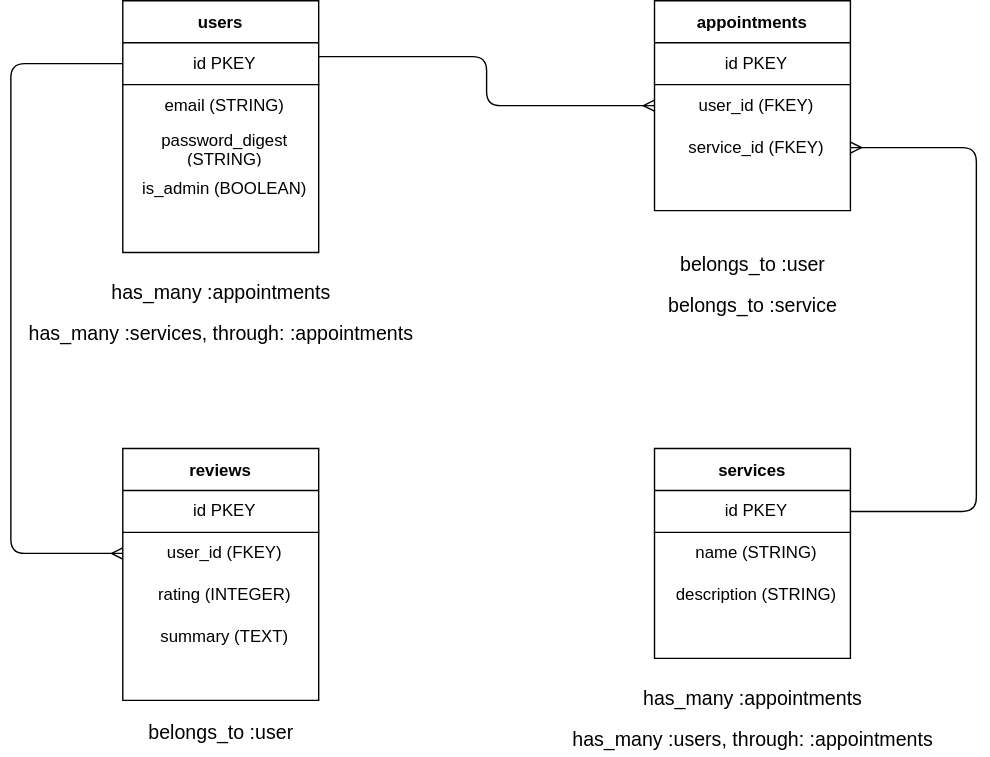
Above: burnies-garage.drawio.svg in Jblengino510/burnies-garage (draw.io), before the change. Source tidied: cells renumbered, new cells last; positions are measured from the earlier drawing's top-left corner, leaving out a move shared by most shapes.
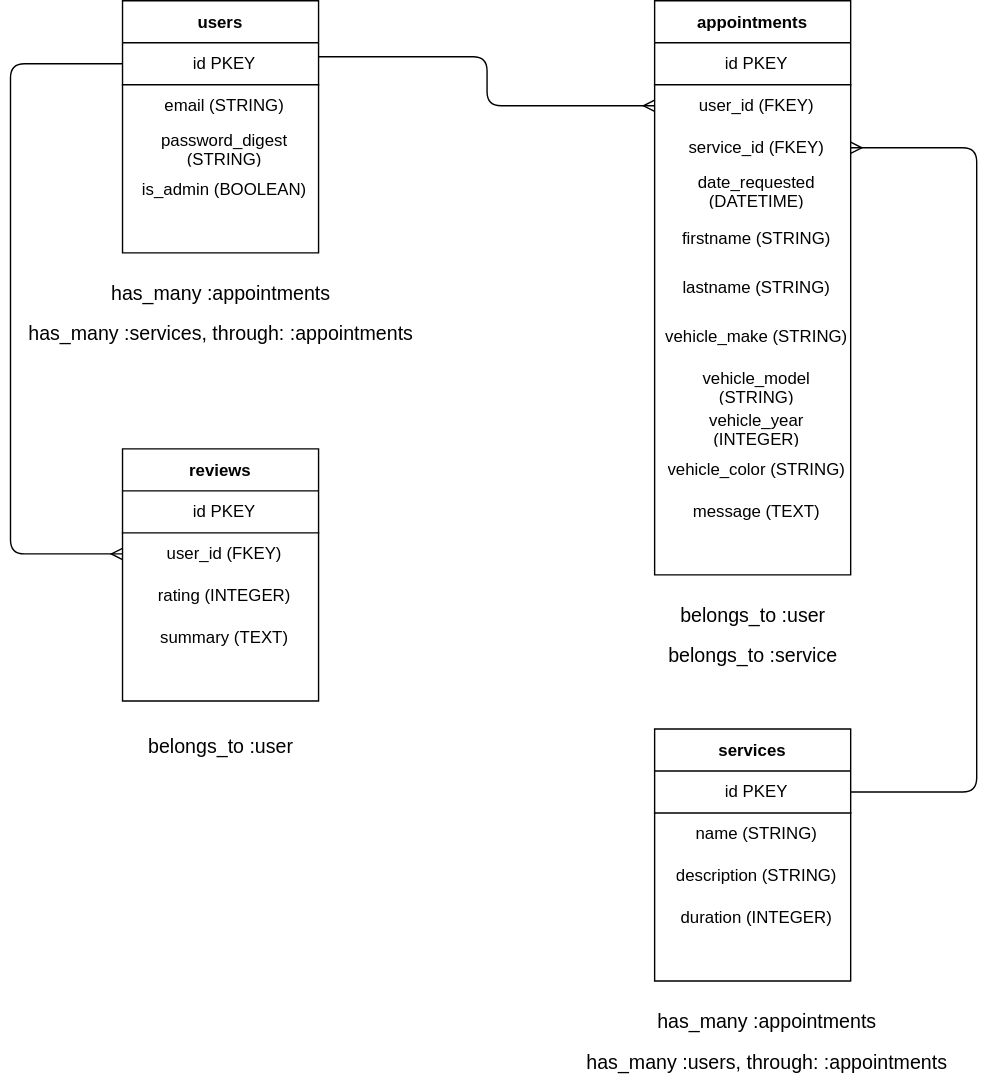
Above is the later version.

What changed in the source:
```diff
@@ -30,7 +30,7 @@
       <mxGeometry width="140" height="30" as="geometry" />
     </mxCell>
     <mxCell id="11" value="appointments" style="shape=table;startSize=30;rowLines=0;fontStyle=1;align=center;" parent="1" vertex="1">
-      <mxGeometry x="460" width="140" height="150" as="geometry" />
+      <mxGeometry x="460" width="140" height="410" as="geometry" />
     </mxCell>
     <mxCell id="12" style="shape=partialRectangle;html=1;whiteSpace=wrap;fillColor=none;top=0;left=0;bottom=1;right=0;" parent="11" vertex="1">
       <mxGeometry y="30" width="140" height="30" as="geometry" />
@@ -50,8 +50,56 @@
     <mxCell id="17" value="service_id (FKEY)" style="shape=partialRectangle;html=1;whiteSpace=wrap;fillColor=none;top=0;left=0;bottom=0;right=0;align=center;spacingLeft=6;overflow=hidden;" parent="16" vertex="1">
       <mxGeometry width="140" height="30" as="geometry" />
     </mxCell>
+    <mxCell id="41" style="shape=partialRectangle;html=1;whiteSpace=wrap;fillColor=none;top=0;left=0;bottom=0;right=0;" parent="11" vertex="1">
+      <mxGeometry y="120" width="140" height="30" as="geometry" />
+    </mxCell>
+    <mxCell id="42" value="date_requested (DATETIME)" style="shape=partialRectangle;html=1;whiteSpace=wrap;fillColor=none;top=0;left=0;bottom=0;right=0;align=center;spacingLeft=6;overflow=hidden;" parent="41" vertex="1">
+      <mxGeometry width="140" height="30" as="geometry" />
+    </mxCell>
+    <mxCell id="43" style="shape=partialRectangle;html=1;whiteSpace=wrap;fillColor=none;top=0;left=0;bottom=0;right=0;" parent="11" vertex="1">
+      <mxGeometry y="150" width="140" height="40" as="geometry" />
+    </mxCell>
+    <mxCell id="44" value="firstname (STRING)" style="shape=partialRectangle;html=1;whiteSpace=wrap;fillColor=none;top=0;left=0;bottom=0;right=0;align=center;spacingLeft=6;overflow=hidden;" parent="43" vertex="1">
+      <mxGeometry width="140" height="40" as="geometry" />
+    </mxCell>
+    <mxCell id="45" style="shape=partialRectangle;html=1;whiteSpace=wrap;fillColor=none;top=0;left=0;bottom=0;right=0;" parent="11" vertex="1">
+      <mxGeometry y="190" width="140" height="30" as="geometry" />
+    </mxCell>
+    <mxCell id="46" value="lastname (STRING)" style="shape=partialRectangle;html=1;whiteSpace=wrap;fillColor=none;top=0;left=0;bottom=0;right=0;align=center;spacingLeft=6;overflow=hidden;" parent="45" vertex="1">
+      <mxGeometry width="140" height="30" as="geometry" />
+    </mxCell>
+    <mxCell id="47" style="shape=partialRectangle;html=1;whiteSpace=wrap;fillColor=none;top=0;left=0;bottom=0;right=0;" parent="11" vertex="1">
+      <mxGeometry y="220" width="140" height="40" as="geometry" />
+    </mxCell>
+    <mxCell id="48" value="vehicle_make (STRING)" style="shape=partialRectangle;html=1;whiteSpace=wrap;fillColor=none;top=0;left=0;bottom=0;right=0;align=center;spacingLeft=6;overflow=hidden;" parent="47" vertex="1">
+      <mxGeometry width="140" height="40" as="geometry" />
+    </mxCell>
+    <mxCell id="49" style="shape=partialRectangle;html=1;whiteSpace=wrap;fillColor=none;top=0;left=0;bottom=0;right=0;" parent="11" vertex="1">
+      <mxGeometry y="260" width="140" height="30" as="geometry" />
+    </mxCell>
+    <mxCell id="50" value="vehicle_model (STRING)" style="shape=partialRectangle;html=1;whiteSpace=wrap;fillColor=none;top=0;left=0;bottom=0;right=0;align=center;spacingLeft=6;overflow=hidden;" parent="49" vertex="1">
+      <mxGeometry width="140" height="30" as="geometry" />
+    </mxCell>
+    <mxCell id="51" style="shape=partialRectangle;html=1;whiteSpace=wrap;fillColor=none;top=0;left=0;bottom=0;right=0;" parent="11" vertex="1">
+      <mxGeometry y="290" width="140" height="30" as="geometry" />
+    </mxCell>
+    <mxCell id="52" value="vehicle_year (INTEGER)" style="shape=partialRectangle;html=1;whiteSpace=wrap;fillColor=none;top=0;left=0;bottom=0;right=0;align=center;spacingLeft=6;overflow=hidden;" parent="51" vertex="1">
+      <mxGeometry width="140" height="30" as="geometry" />
+    </mxCell>
+    <mxCell id="53" style="shape=partialRectangle;html=1;whiteSpace=wrap;fillColor=none;top=0;left=0;bottom=0;right=0;" parent="11" vertex="1">
+      <mxGeometry y="320" width="140" height="30" as="geometry" />
+    </mxCell>
+    <mxCell id="54" value="vehicle_color (STRING)" style="shape=partialRectangle;html=1;whiteSpace=wrap;fillColor=none;top=0;left=0;bottom=0;right=0;align=center;spacingLeft=6;overflow=hidden;" parent="53" vertex="1">
+      <mxGeometry width="140" height="30" as="geometry" />
+    </mxCell>
+    <mxCell id="55" style="shape=partialRectangle;html=1;whiteSpace=wrap;fillColor=none;top=0;left=0;bottom=0;right=0;" parent="11" vertex="1">
+      <mxGeometry y="350" width="140" height="30" as="geometry" />
+    </mxCell>
+    <mxCell id="56" value="message (TEXT)" style="shape=partialRectangle;html=1;whiteSpace=wrap;fillColor=none;top=0;left=0;bottom=0;right=0;align=center;spacingLeft=6;overflow=hidden;" parent="55" vertex="1">
+      <mxGeometry width="140" height="30" as="geometry" />
+    </mxCell>
     <mxCell id="18" value="services" style="shape=table;startSize=30;rowLines=0;fontStyle=1;align=center;" parent="1" vertex="1">
-      <mxGeometry x="460" y="320" width="140" height="150" as="geometry" />
+      <mxGeometry x="460" y="520" width="140" height="180" as="geometry" />
     </mxCell>
     <mxCell id="19" style="shape=partialRectangle;html=1;whiteSpace=wrap;fillColor=none;top=0;left=0;bottom=1;right=0;points=[[0,0.5],[1,0.5]];portConstraint=eastwest;" parent="18" vertex="1">
       <mxGeometry y="30" width="140" height="30" as="geometry" />
@@ -71,6 +119,12 @@
     <mxCell id="24" value="description (STRING)" style="shape=partialRectangle;html=1;whiteSpace=wrap;fillColor=none;top=0;left=0;bottom=0;right=0;align=center;spacingLeft=6;overflow=hidden;" parent="23" vertex="1">
       <mxGeometry width="140" height="30" as="geometry" />
     </mxCell>
+    <mxCell id="57" style="shape=partialRectangle;html=1;whiteSpace=wrap;fillColor=none;top=0;left=0;bottom=0;right=0;" parent="18" vertex="1">
+      <mxGeometry y="120" width="140" height="30" as="geometry" />
+    </mxCell>
+    <mxCell id="58" value="duration (INTEGER)" style="shape=partialRectangle;html=1;whiteSpace=wrap;fillColor=none;top=0;left=0;bottom=0;right=0;align=center;spacingLeft=6;overflow=hidden;" parent="57" vertex="1">
+      <mxGeometry width="140" height="30" as="geometry" />
+    </mxCell>
     <mxCell id="25" value="reviews" style="shape=table;startSize=30;rowLines=0;fontStyle=1;align=center;" parent="1" vertex="1">
       <mxGeometry x="80" y="320" width="140" height="180" as="geometry" />
     </mxCell>
@@ -122,13 +176,13 @@
       </mxGeometry>
     </mxCell>
     <mxCell id="38" value="&lt;span style=&quot;font-size: 14px ; font-weight: 400&quot;&gt;belongs_to :user&lt;/span&gt;" style="text;strokeColor=none;fillColor=none;html=1;fontSize=24;fontStyle=1;verticalAlign=middle;align=center;" parent="1" vertex="1">
-      <mxGeometry x="100" y="500" width="100" height="40" as="geometry" />
+      <mxGeometry x="100" y="510" width="100" height="40" as="geometry" />
     </mxCell>
     <mxCell id="39" value="&lt;span style=&quot;font-size: 14px ; font-weight: 400&quot;&gt;belongs_to :user&lt;br&gt;belongs_to :service&lt;br&gt;&lt;/span&gt;" style="text;strokeColor=none;fillColor=none;html=1;fontSize=24;fontStyle=1;verticalAlign=middle;align=center;" parent="1" vertex="1">
-      <mxGeometry x="480" y="180" width="100" height="40" as="geometry" />
+      <mxGeometry x="480" y="430" width="100" height="40" as="geometry" />
     </mxCell>
     <mxCell id="40" value="&lt;font style=&quot;font-size: 14px ; font-weight: normal&quot;&gt;has_many :appointments&lt;br&gt;has_many :users, through: :appointments&lt;br&gt;&lt;/font&gt;" style="text;strokeColor=none;fillColor=none;html=1;fontSize=24;fontStyle=1;verticalAlign=middle;align=center;" parent="1" vertex="1">
-      <mxGeometry x="480" y="490" width="100" height="40" as="geometry" />
+      <mxGeometry x="490" y="720" width="100" height="40" as="geometry" />
     </mxCell>
   </root>
 </mxGraphModel>
```
